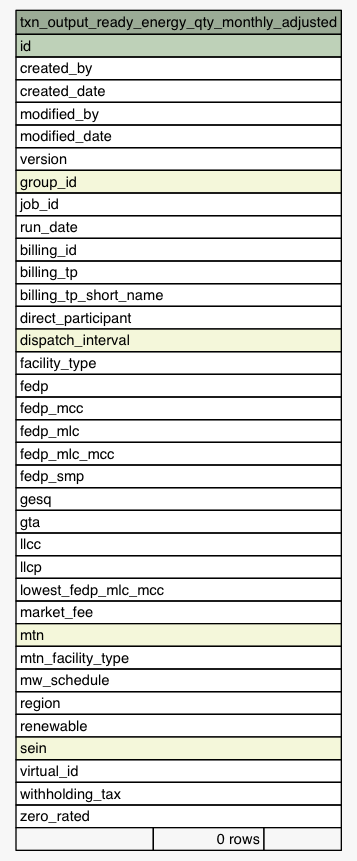
This is Data/settlement/diagrams/summary/txn_output_ready_energy_qty_monthly_adjusted.1degree.png from eyana-m/python-data-dictionary-writer, a Graphviz export, as it was before one commit. Its source is kept beside it as Data/settlement/diagrams/summary/txn_output_ready_energy_qty_monthly_adjusted.1degree.dot.
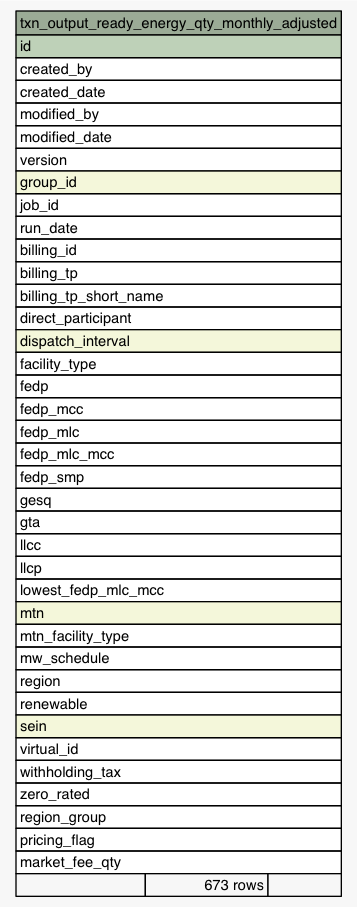
After the change.

Change to the diagram source:
```diff
@@ -44,7 +44,6 @@
       <TR><TD PORT="llcc" COLSPAN="3" ALIGN="LEFT">llcc</TD></TR>
       <TR><TD PORT="llcp" COLSPAN="3" ALIGN="LEFT">llcp</TD></TR>
       <TR><TD PORT="lowest_fedp_mlc_mcc" COLSPAN="3" ALIGN="LEFT">lowest_fedp_mlc_mcc</TD></TR>
-      <TR><TD PORT="market_fee" COLSPAN="3" ALIGN="LEFT">market_fee</TD></TR>
       <TR><TD PORT="mtn" COLSPAN="3" BGCOLOR="#f4f7da" ALIGN="LEFT">mtn</TD></TR>
       <TR><TD PORT="mtn_facility_type" COLSPAN="3" ALIGN="LEFT">mtn_facility_type</TD></TR>
       <TR><TD PORT="mw_schedule" COLSPAN="3" ALIGN="LEFT">mw_schedule</TD></TR>
@@ -54,7 +53,10 @@
       <TR><TD PORT="virtual_id" COLSPAN="3" ALIGN="LEFT">virtual_id</TD></TR>
       <TR><TD PORT="withholding_tax" COLSPAN="3" ALIGN="LEFT">withholding_tax</TD></TR>
       <TR><TD PORT="zero_rated" COLSPAN="3" ALIGN="LEFT">zero_rated</TD></TR>
-      <TR><TD ALIGN="LEFT" BGCOLOR="#f7f7f7">  </TD><TD ALIGN="RIGHT" BGCOLOR="#f7f7f7">0 rows</TD><TD ALIGN="RIGHT" BGCOLOR="#f7f7f7">  </TD></TR>
+      <TR><TD PORT="region_group" COLSPAN="3" ALIGN="LEFT">region_group</TD></TR>
+      <TR><TD PORT="pricing_flag" COLSPAN="3" ALIGN="LEFT">pricing_flag</TD></TR>
+      <TR><TD PORT="market_fee_qty" COLSPAN="3" ALIGN="LEFT">market_fee_qty</TD></TR>
+      <TR><TD ALIGN="LEFT" BGCOLOR="#f7f7f7">  </TD><TD ALIGN="RIGHT" BGCOLOR="#f7f7f7">673 rows</TD><TD ALIGN="RIGHT" BGCOLOR="#f7f7f7">  </TD></TR>
     </TABLE>>
     URL="tables/txn_output_ready_energy_qty_monthly_adjusted.html"
     tooltip="txn_output_ready_energy_qty_monthly_adjusted"
```
